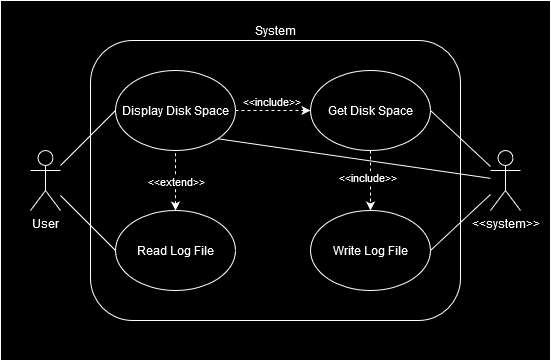
Above: images/use-case-v1.png in raphaeldenni/sysprog-cesi-2024 (draw.io), before the change. Source tidied: cells renumbered, new cells last; positions are measured from the earlier drawing's top-left corner, leaving out a move shared by most shapes.
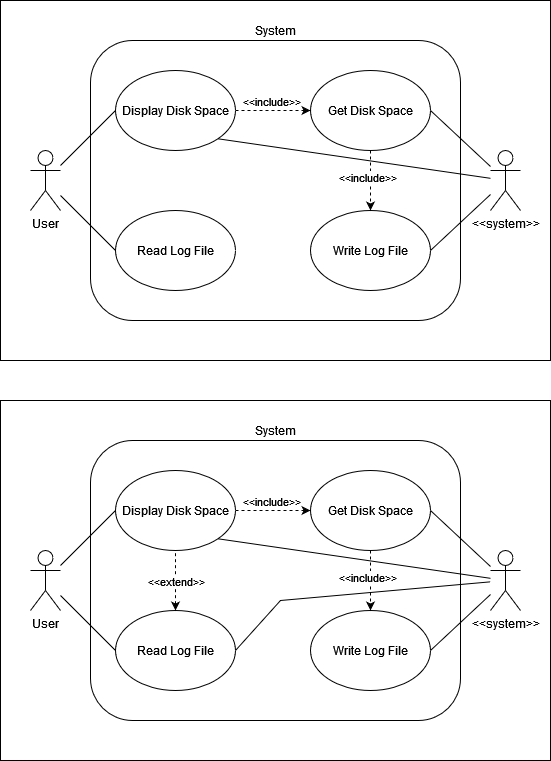
The same diagram one commit later.

The edit, as a diff of the source:
```diff
@@ -36,14 +36,6 @@
         <mxPoint x="-25" y="-12" as="offset" />
       </mxGeometry>
     </mxCell>
-    <mxCell id="12" style="endArrow=none;dashed=1;html=1;rounded=0;exitX=0.5;exitY=0;exitDx=0;exitDy=0;entryX=0.5;entryY=1;entryDx=0;entryDy=0;endFill=0;startArrow=classic;startFill=1;" parent="1" edge="1" source="7" target="5">
-      <mxGeometry relative="1" as="geometry" />
-    </mxCell>
-    <mxCell id="13" value="&amp;lt;&amp;lt;extend&amp;gt;&amp;gt;" style="edgeLabel;html=1;align=center;verticalAlign=middle;" parent="12" vertex="1">
-      <mxGeometry x="-0.3" y="2" relative="1" as="geometry">
-        <mxPoint x="2" y="-9" as="offset" />
-      </mxGeometry>
-    </mxCell>
     <mxCell id="14" value="Write Log File" style="ellipse;whiteSpace=wrap;html=1;" parent="1" vertex="1">
       <mxGeometry x="310" y="210" width="120" height="80" as="geometry" />
     </mxCell>
@@ -67,5 +59,77 @@
     <mxCell id="20" style="endArrow=none;html=1;rounded=0;exitX=1;exitY=1;exitDx=0;exitDy=0;" parent="1" edge="1" source="5" target="17">
       <mxGeometry relative="1" as="geometry" />
     </mxCell>
+    <mxCell id="21" style="rounded=0;whiteSpace=wrap;html=1;" parent="1" vertex="1">
+      <mxGeometry y="400" width="550" height="360" as="geometry" />
+    </mxCell>
+    <mxCell id="22" value="System" style="rounded=1;whiteSpace=wrap;html=1;labelPosition=center;verticalLabelPosition=top;align=center;verticalAlign=bottom;" parent="1" vertex="1">
+      <mxGeometry x="90" y="440" width="370" height="280" as="geometry" />
+    </mxCell>
+    <mxCell id="23" value="User" style="shape=umlActor;verticalLabelPosition=bottom;verticalAlign=top;html=1;outlineConnect=0;" parent="1" vertex="1">
+      <mxGeometry x="30" y="550" width="30" height="60" as="geometry" />
+    </mxCell>
+    <mxCell id="24" value="Display Disk Space" style="ellipse;whiteSpace=wrap;html=1;" parent="1" vertex="1">
+      <mxGeometry x="115" y="470" width="120" height="80" as="geometry" />
+    </mxCell>
+    <mxCell id="25" value="Get Disk Space" style="ellipse;whiteSpace=wrap;html=1;" parent="1" vertex="1">
+      <mxGeometry x="310" y="470" width="120" height="80" as="geometry" />
+    </mxCell>
+    <mxCell id="26" value="Read Log File" style="ellipse;whiteSpace=wrap;html=1;" parent="1" vertex="1">
+      <mxGeometry x="115" y="610" width="120" height="80" as="geometry" />
+    </mxCell>
+    <mxCell id="27" style="endArrow=none;html=1;rounded=0;entryX=0;entryY=0.5;entryDx=0;entryDy=0;endFill=0;" parent="1" edge="1" source="23" target="24">
+      <mxGeometry relative="1" as="geometry" />
+    </mxCell>
+    <mxCell id="28" style="endArrow=none;html=1;rounded=0;entryX=0;entryY=0.5;entryDx=0;entryDy=0;endFill=0;" parent="1" edge="1" source="23" target="26">
+      <mxGeometry relative="1" as="geometry" />
+    </mxCell>
+    <mxCell id="29" style="endArrow=classic;dashed=1;html=1;rounded=0;entryX=0;entryY=0.5;entryDx=0;entryDy=0;exitX=1;exitY=0.5;exitDx=0;exitDy=0;endFill=1;" parent="1" edge="1" target="25">
+      <mxGeometry relative="1" as="geometry">
+        <mxPoint x="235" y="510" as="sourcePoint" />
+      </mxGeometry>
+    </mxCell>
+    <mxCell id="30" value="&amp;lt;&amp;lt;include&amp;gt;&amp;gt;" style="edgeLabel;html=1;align=center;verticalAlign=middle;" parent="29" vertex="1">
+      <mxGeometry x="0.61" y="-2" relative="1" as="geometry">
+        <mxPoint x="-25" y="-12" as="offset" />
+      </mxGeometry>
+    </mxCell>
+    <mxCell id="31" style="endArrow=none;dashed=1;html=1;rounded=0;exitX=0.5;exitY=0;exitDx=0;exitDy=0;entryX=0.5;entryY=1;entryDx=0;entryDy=0;endFill=0;startArrow=classic;startFill=1;" parent="1" edge="1" source="26" target="24">
+      <mxGeometry relative="1" as="geometry" />
+    </mxCell>
+    <mxCell id="13" value="&amp;lt;&amp;lt;extend&amp;gt;&amp;gt;" style="edgeLabel;html=1;align=center;verticalAlign=middle;" parent="31" vertex="1">
+      <mxGeometry x="-0.3" y="2" relative="1" as="geometry">
+        <mxPoint x="2" y="-9" as="offset" />
+      </mxGeometry>
+    </mxCell>
+    <mxCell id="32" value="Write Log File" style="ellipse;whiteSpace=wrap;html=1;" parent="1" vertex="1">
+      <mxGeometry x="310" y="610" width="120" height="80" as="geometry" />
+    </mxCell>
+    <mxCell id="33" style="endArrow=classic;dashed=1;html=1;rounded=0;entryX=0.5;entryY=0;entryDx=0;entryDy=0;endFill=1;exitX=0.5;exitY=1;exitDx=0;exitDy=0;" parent="1" edge="1" source="25" target="32">
+      <mxGeometry relative="1" as="geometry" />
+    </mxCell>
+    <mxCell id="34" value="&amp;lt;&amp;lt;include&amp;gt;&amp;gt;" style="edgeLabel;html=1;align=center;verticalAlign=middle;" parent="33" vertex="1">
+      <mxGeometry x="0.04" y="-4" relative="1" as="geometry">
+        <mxPoint y="-5" as="offset" />
+      </mxGeometry>
+    </mxCell>
+    <mxCell id="35" value="&amp;lt;&amp;lt;system&amp;gt;&amp;gt;" style="shape=umlActor;verticalLabelPosition=bottom;verticalAlign=top;html=1;outlineConnect=0;" parent="1" vertex="1">
+      <mxGeometry x="490" y="550" width="30" height="60" as="geometry" />
+    </mxCell>
+    <mxCell id="36" style="endArrow=none;html=1;rounded=0;entryX=1;entryY=0.5;entryDx=0;entryDy=0;" parent="1" edge="1" source="35" target="25">
+      <mxGeometry relative="1" as="geometry" />
+    </mxCell>
+    <mxCell id="37" style="endArrow=none;html=1;rounded=0;entryX=1;entryY=0.5;entryDx=0;entryDy=0;" parent="1" edge="1" source="35" target="32">
+      <mxGeometry relative="1" as="geometry" />
+    </mxCell>
+    <mxCell id="38" style="endArrow=none;html=1;rounded=0;exitX=1;exitY=1;exitDx=0;exitDy=0;" parent="1" edge="1" source="24" target="35">
+      <mxGeometry relative="1" as="geometry" />
+    </mxCell>
+    <mxCell id="39" style="endArrow=none;html=1;rounded=0;exitX=1;exitY=0.5;exitDx=0;exitDy=0;" parent="1" edge="1" source="26" target="35">
+      <mxGeometry relative="1" as="geometry">
+        <Array as="points">
+          <mxPoint x="280" y="600" />
+        </Array>
+      </mxGeometry>
+    </mxCell>
   </root>
 </mxGraphModel>
```
